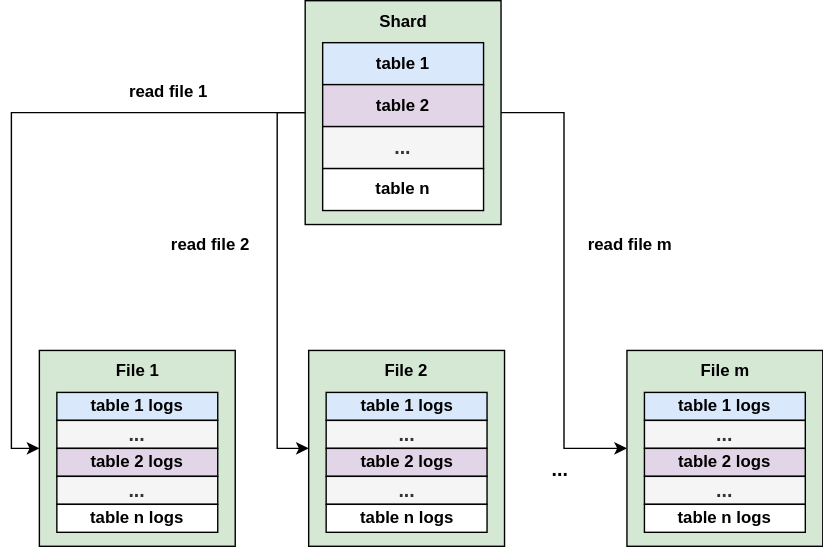
Rachelint/drawio-store keeps this draw.io diagram as rocksshard.drawio.svg. Above is the earlier version. Source tidied: cells renumbered, new cells last; positions are measured from the earlier drawing's top-left corner, leaving out a move shared by most shapes.
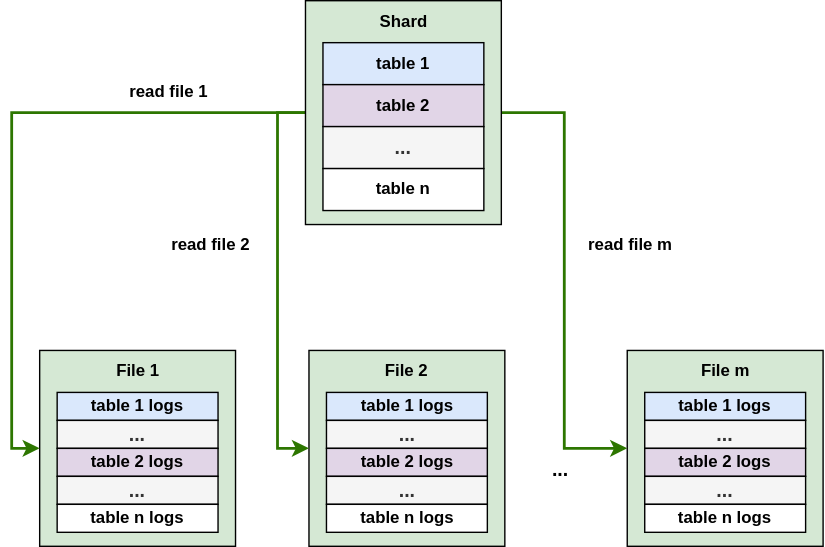
After the commit.

What changed in the source:
```diff
@@ -11,13 +11,13 @@
     <mxCell id="4" style="rounded=0;whiteSpace=wrap;html=1;fillColor=#d5e8d4;strokeColor=#000000;fontStyle=1;" parent="1" vertex="1">
       <mxGeometry x="-0.5" y="250" width="140" height="140" as="geometry" />
     </mxCell>
-    <mxCell id="5" style="edgeStyle=orthogonalEdgeStyle;rounded=0;jettySize=auto;html=1;exitX=0;exitY=0.5;exitDx=0;exitDy=0;entryX=0;entryY=0.5;entryDx=0;entryDy=0;fontStyle=1;" parent="1" edge="1" source="8" target="4">
+    <mxCell id="5" style="edgeStyle=orthogonalEdgeStyle;rounded=0;jettySize=auto;html=1;exitX=0;exitY=0.5;exitDx=0;exitDy=0;entryX=0;entryY=0.5;entryDx=0;entryDy=0;fontStyle=1;fillColor=#60a917;strokeColor=#2D7600;strokeWidth=2;" parent="1" edge="1" source="8" target="4">
       <mxGeometry relative="1" as="geometry" />
     </mxCell>
-    <mxCell id="6" style="edgeStyle=orthogonalEdgeStyle;rounded=0;jettySize=auto;html=1;exitX=0;exitY=0.5;exitDx=0;exitDy=0;entryX=0;entryY=0.5;entryDx=0;entryDy=0;fontStyle=1;" parent="1" edge="1" source="8" target="3">
+    <mxCell id="6" style="edgeStyle=orthogonalEdgeStyle;rounded=0;jettySize=auto;html=1;exitX=0;exitY=0.5;exitDx=0;exitDy=0;entryX=0;entryY=0.5;entryDx=0;entryDy=0;fontStyle=1;fillColor=#60a917;strokeColor=#2D7600;strokeWidth=2;" parent="1" edge="1" source="8" target="3">
       <mxGeometry relative="1" as="geometry" />
     </mxCell>
-    <mxCell id="7" style="edgeStyle=orthogonalEdgeStyle;rounded=0;jettySize=auto;html=1;exitX=1;exitY=0.5;exitDx=0;exitDy=0;entryX=0;entryY=0.5;entryDx=0;entryDy=0;fontStyle=1;" parent="1" edge="1" source="8" target="2">
+    <mxCell id="7" style="edgeStyle=orthogonalEdgeStyle;rounded=0;jettySize=auto;html=1;exitX=1;exitY=0.5;exitDx=0;exitDy=0;entryX=0;entryY=0.5;entryDx=0;entryDy=0;fontStyle=1;fillColor=#60a917;strokeColor=#2D7600;strokeWidth=2;" parent="1" edge="1" source="8" target="2">
       <mxGeometry relative="1" as="geometry" />
     </mxCell>
     <mxCell id="8" style="rounded=0;whiteSpace=wrap;html=1;fillColor=#d5e8d4;strokeColor=#000000;fontStyle=1;" parent="1" vertex="1">
```
